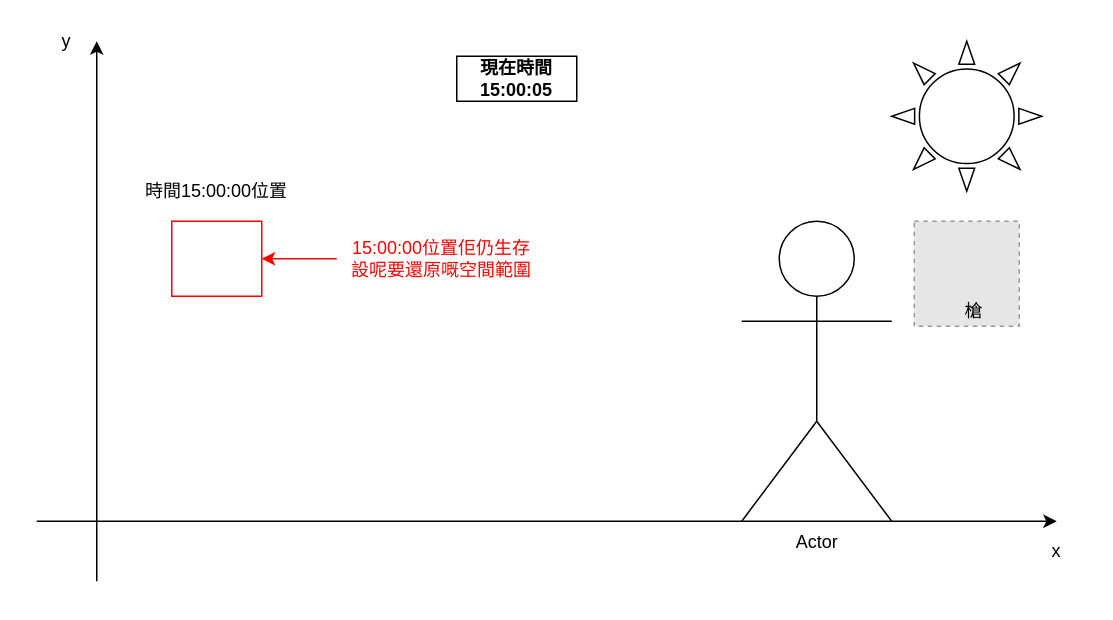
Earlier version of the draw.io diagram page "第3頁" (3 of 12) of assets/img/復活過程/復活過程.drawio (iHad169/Outline-of-Resurrection-of-Ashing-Animals). Source tidied: cells renumbered, new cells numbered last; positions are measured from the earlier drawing's top-left corner, leaving out a move shared by most shapes. Both pictures are drawn from the tidied source at 150%, with x=0, y=0 at pixel (36, 26). Pictures stored in the file or linked from it are replaced by grey dashed boxes.
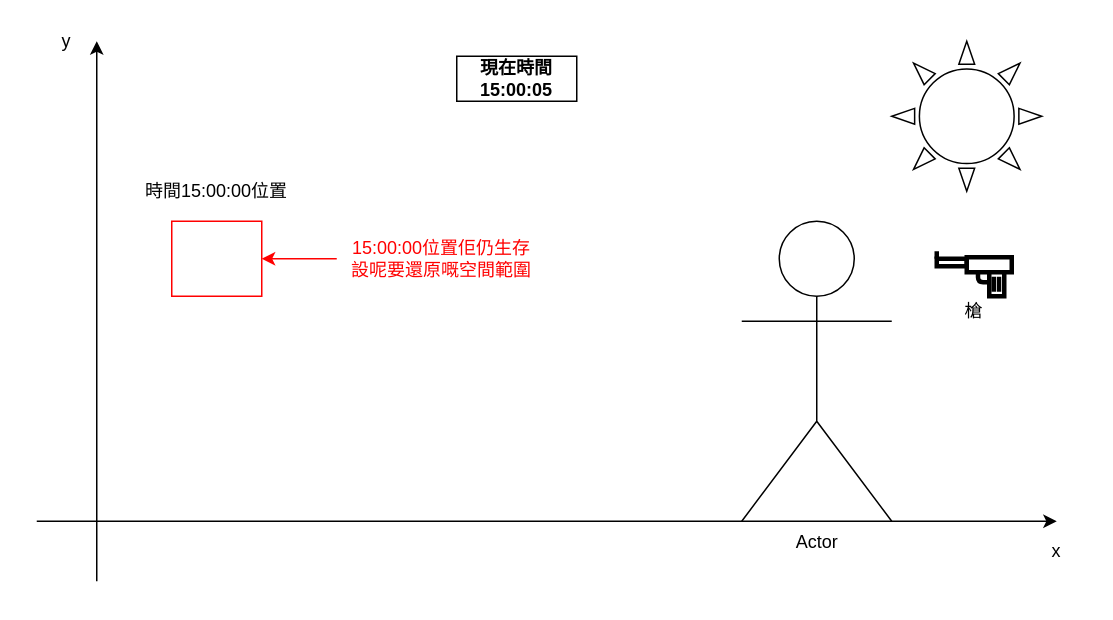
After the change.

Diff of the diagram source:
```diff
@@
-    <mxCell id="11" style="fillColor=#E6E6E6;strokeColor=#999999;dashed=1;html=1;verticalAlign=top;verticalLabelPosition=bottom;labelBackgroundColor=#ffffff;" parent="1" vertex="1">
-      <mxGeometry x="585" y="130" width="70" height="70" as="geometry" />
-    </mxCell>
@@
+    <mxCell id="15" style="group;" parent="1" vertex="1">
+      <mxGeometry x="600" y="150" width="50" height="30" as="geometry" />
+    </mxCell>
+    <mxCell id="16" style="rounded=0;whiteSpace=wrap;html=1;strokeWidth=3;" parent="15" vertex="1">
+      <mxGeometry y="5" width="20" height="5" as="geometry" />
+    </mxCell>
+    <mxCell id="17" style="rounded=0;whiteSpace=wrap;html=1;strokeWidth=3;" parent="15" vertex="1">
+      <mxGeometry x="20" y="4" width="30" height="10" as="geometry" />
+    </mxCell>
+    <mxCell id="18" style="rounded=0;whiteSpace=wrap;html=1;strokeWidth=3;" parent="15" vertex="1">
+      <mxGeometry x="35" y="14" width="10" height="16" as="geometry" />
+    </mxCell>
+    <mxCell id="19" style="endArrow=none;html=1;exitX=0.25;exitY=1;exitDx=0;exitDy=0;entryX=-0.06;entryY=0.419;entryDx=0;entryDy=0;entryPerimeter=0;strokeWidth=3;" parent="15" edge="1" source="17" target="18">
+      <mxGeometry as="geometry">
+        <Array as="points">
+          <mxPoint x="27.5" y="20.5" />
+        </Array>
+      </mxGeometry>
+    </mxCell>
+    <mxCell id="20" style="endArrow=none;html=1;exitX=0;exitY=0;exitDx=0;exitDy=0;strokeWidth=3;" parent="15" edge="1" source="16">
+      <mxGeometry as="geometry">
+        <mxPoint as="targetPoint" />
+      </mxGeometry>
+    </mxCell>
+    <mxCell id="21" style="endArrow=none;html=1;exitX=0.3;exitY=0.812;exitDx=0;exitDy=0;strokeWidth=3;exitPerimeter=0;entryX=0.3;entryY=0.187;entryDx=0;entryDy=0;entryPerimeter=0;" parent="15" edge="1" source="18" target="18">
+      <mxGeometry x="5" y="5" as="geometry" />
+    </mxCell>
+    <mxCell id="22" style="endArrow=none;html=1;exitX=0.3;exitY=0.812;exitDx=0;exitDy=0;strokeWidth=3;exitPerimeter=0;entryX=0.3;entryY=0.187;entryDx=0;entryDy=0;entryPerimeter=0;" parent="15" edge="1">
+      <mxGeometry x="8.5" y="5" as="geometry">
+        <mxPoint x="41.5" y="27" as="sourcePoint" />
+        <mxPoint x="41.5" y="17" as="targetPoint" />
+      </mxGeometry>
+    </mxCell>
```
